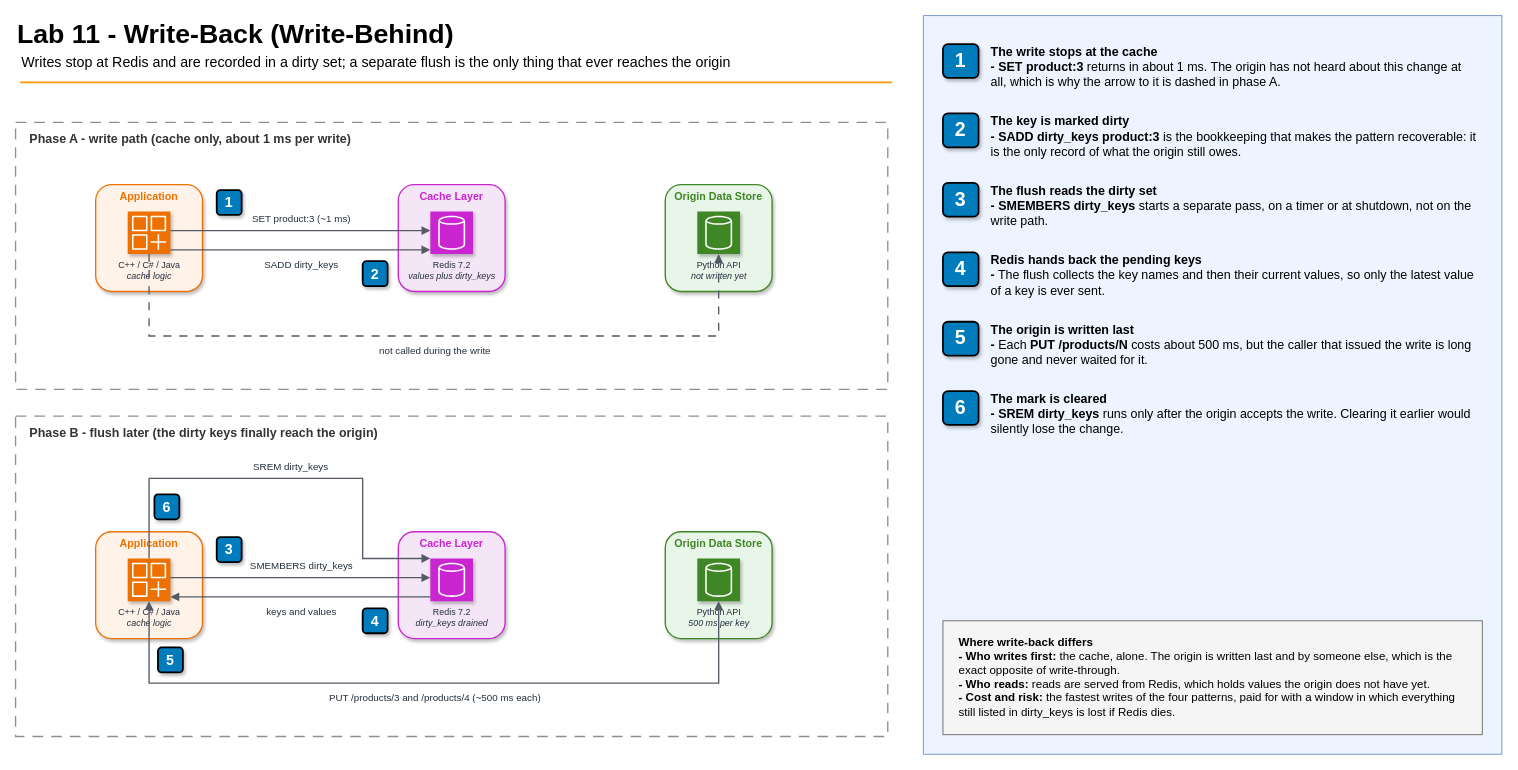
Above: 11-caching/diagrams/lab11-write-back.drawio in gamaware/system-design-course (draw.io), before the change. Source tidied: cells renumbered, new cells numbered last; positions are measured from the earlier drawing's top-left corner, leaving out a move shared by most shapes. Both pictures are drawn from the tidied source at 89%, with x=0, y=0 at pixel (15, 15). Pictures stored in the file or linked from it are replaced by grey dashed boxes.
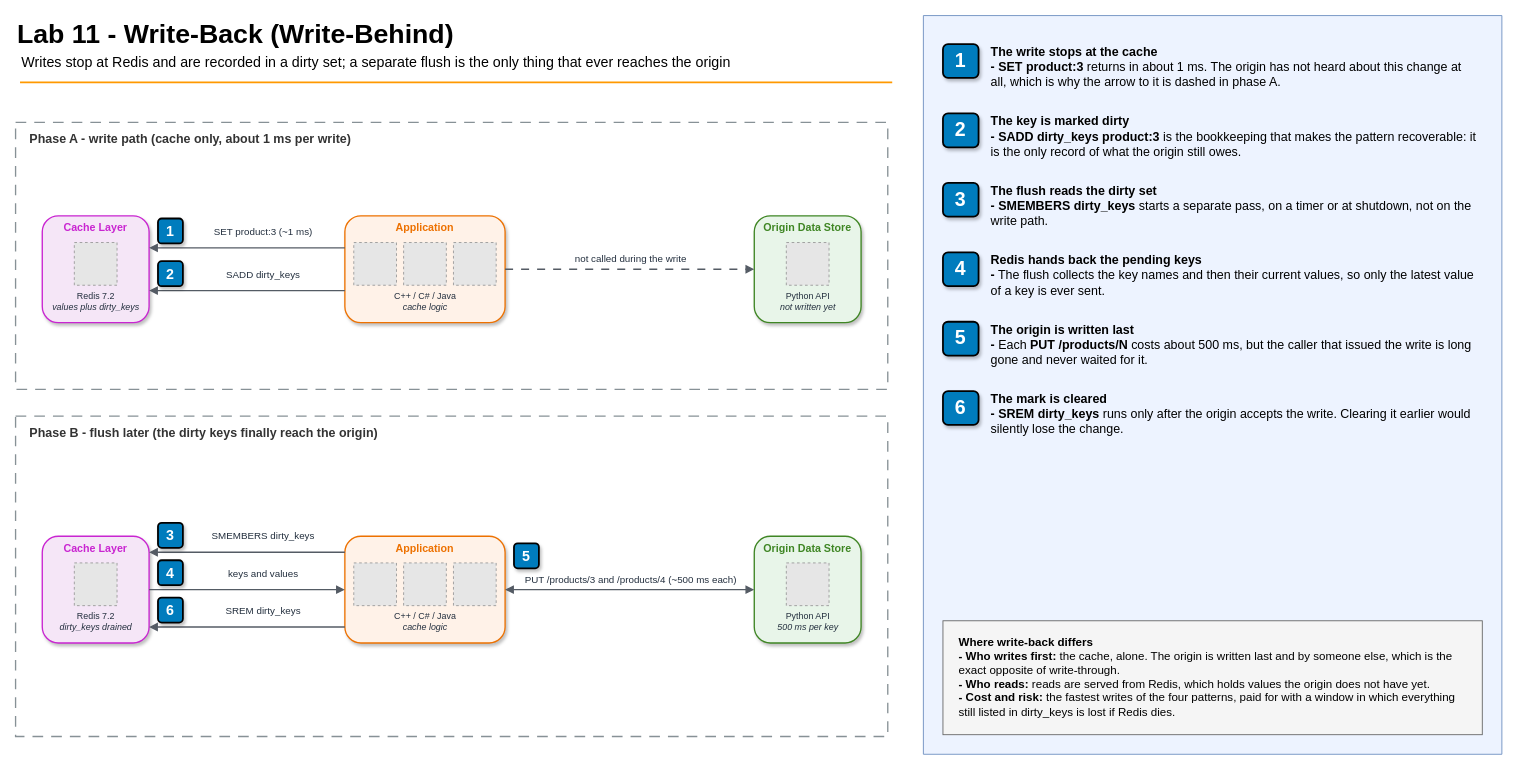
Above is the later version.

What changed in the source:
```diff
@@
     <mxCell id="7" value="Application" style="rounded=1;html=1;whiteSpace=wrap;fillColor=#FFF2E8;strokeColor=#ED7100;verticalAlign=top;align=center;fontStyle=1;fontSize=12;fontColor=#ED7100;shadow=1;strokeWidth=1.5;fontFamily=Helvetica;" parent="1" vertex="1">
-      <mxGeometry x="90" y="190" width="120" height="120" as="geometry" />
+      <mxGeometry x="370" y="225" width="180" height="120" as="geometry" />
     </mxCell>
-    <mxCell id="8" value="C++ / C# / Java&lt;div&gt;&lt;i&gt;cache logic&lt;/i&gt;&lt;/div&gt;" style="sketch=0;points=[[0,0,0],[0.25,0,0],[0.5,0,0],[0.75,0,0],[1,0,0],[0,1,0],[0.25,1,0],[0.5,1,0],[0.75,1,0],[1,1,0],[0,0.25,0],[0,0.5,0],[0,0.75,0],[1,0.25,0],[1,0.5,0],[1,0.75,0]];outlineConnect=0;fontColor=#232F3E;fillColor=#ED7100;strokeColor=#ffffff;dashed=0;verticalLabelPosition=bottom;verticalAlign=top;align=center;html=1;fontSize=10;fontStyle=0;shape=mxgraph.aws4.resourceIcon;resIcon=mxgraph.aws4.generic_application;shadow=1;fontFamily=Helvetica;" parent="7" vertex="1">
-      <mxGeometry x="36" y="30" width="48" height="48" as="geometry" />
+    <mxCell id="8" value="C++ / C# / Java&lt;div&gt;&lt;i&gt;cache logic&lt;/i&gt;&lt;/div&gt;" style="fillColor=#E6E6E6;strokeColor=#999999;dashed=1;verticalLabelPosition=bottom;verticalAlign=top;align=center;html=1;labelBackgroundColor=none;fontSize=10;fontColor=#232F3E;fontFamily=Helvetica;" parent="7" vertex="1">
+      <mxGeometry x="66" y="30" width="48" height="48" as="geometry" />
     </mxCell>
+    <mxCell id="55" style="fillColor=#E6E6E6;strokeColor=#999999;dashed=1;verticalLabelPosition=bottom;verticalAlign=top;align=center;html=1;labelBackgroundColor=none;fontSize=10;fontColor=#232F3E;fontFamily=Helvetica;" parent="7" vertex="1">
+      <mxGeometry x="122" y="30" width="48" height="48" as="geometry" />
+    </mxCell>
+    <mxCell id="56" style="fillColor=#E6E6E6;strokeColor=#999999;dashed=1;verticalLabelPosition=bottom;verticalAlign=top;align=center;html=1;labelBackgroundColor=none;fontSize=10;fontColor=#232F3E;fontFamily=Helvetica;" parent="7" vertex="1">
+      <mxGeometry x="10" y="30" width="48" height="48" as="geometry" />
+    </mxCell>
     <mxCell id="9" value="Cache Layer" style="rounded=1;html=1;whiteSpace=wrap;fillColor=#F5E6F7;strokeColor=#C925D1;verticalAlign=top;align=center;fontStyle=1;fontSize=12;fontColor=#C925D1;shadow=1;strokeWidth=1.5;fontFamily=Helvetica;" parent="1" vertex="1">
-      <mxGeometry x="430" y="190" width="120" height="120" as="geometry" />
+      <mxGeometry x="30" y="225" width="120" height="120" as="geometry" />
     </mxCell>
-    <mxCell id="10" value="Redis 7.2&lt;div&gt;&lt;i&gt;values plus dirty_keys&lt;/i&gt;&lt;/div&gt;" style="sketch=0;points=[[0,0,0],[0.25,0,0],[0.5,0,0],[0.75,0,0],[1,0,0],[0,1,0],[0.25,1,0],[0.5,1,0],[0.75,1,0],[1,1,0],[0,0.25,0],[0,0.5,0],[0,0.75,0],[1,0.25,0],[1,0.5,0],[1,0.75,0]];outlineConnect=0;fontColor=#232F3E;fillColor=#C925D1;strokeColor=#ffffff;dashed=0;verticalLabelPosition=bottom;verticalAlign=top;align=center;html=1;fontSize=10;fontStyle=0;shape=mxgraph.aws4.resourceIcon;resIcon=mxgraph.aws4.generic_database;shadow=1;fontFamily=Helvetica;" parent="9" vertex="1">
+    <mxCell id="10" value="Redis 7.2&lt;div&gt;&lt;i&gt;values plus dirty_keys&lt;/i&gt;&lt;/div&gt;" style="fillColor=#E6E6E6;strokeColor=#999999;dashed=1;verticalLabelPosition=bottom;verticalAlign=top;align=center;html=1;labelBackgroundColor=none;fontSize=10;fontColor=#232F3E;fontFamily=Helvetica;" parent="9" vertex="1">
       <mxGeometry x="36" y="30" width="48" height="48" as="geometry" />
     </mxCell>
     <mxCell id="11" value="Origin Data Store" style="rounded=1;html=1;whiteSpace=wrap;fillColor=#E8F5E9;strokeColor=#3F8624;verticalAlign=top;align=center;fontStyle=1;fontSize=12;fontColor=#3F8624;shadow=1;strokeWidth=1.5;fontFamily=Helvetica;" parent="1" vertex="1">
-      <mxGeometry x="730" y="190" width="120" height="120" as="geometry" />
+      <mxGeometry x="830" y="225" width="120" height="120" as="geometry" />
     </mxCell>
-    <mxCell id="12" value="Python API&lt;div&gt;&lt;i&gt;not written yet&lt;/i&gt;&lt;/div&gt;" style="sketch=0;points=[[0,0,0],[0.25,0,0],[0.5,0,0],[0.75,0,0],[1,0,0],[0,1,0],[0.25,1,0],[0.5,1,0],[0.75,1,0],[1,1,0],[0,0.25,0],[0,0.5,0],[0,0.75,0],[1,0.25,0],[1,0.5,0],[1,0.75,0]];outlineConnect=0;fontColor=#232F3E;fillColor=#3F8624;strokeColor=#ffffff;dashed=0;verticalLabelPosition=bottom;verticalAlign=top;align=center;html=1;fontSize=10;fontStyle=0;shape=mxgraph.aws4.resourceIcon;resIcon=mxgraph.aws4.generic_database;shadow=1;fontFamily=Helvetica;" parent="11" vertex="1">
+    <mxCell id="12" value="Python API&lt;div&gt;&lt;i&gt;not written yet&lt;/i&gt;&lt;/div&gt;" style="fillColor=#E6E6E6;strokeColor=#999999;dashed=1;verticalLabelPosition=bottom;verticalAlign=top;align=center;html=1;labelBackgroundColor=none;fontSize=10;fontColor=#232F3E;fontFamily=Helvetica;" parent="11" vertex="1">
       <mxGeometry x="36" y="30" width="48" height="48" as="geometry" />
     </mxCell>
-    <mxCell id="13" style="edgeStyle=orthogonalEdgeStyle;html=1;rounded=0;jettySize=auto;elbow=vertical;endArrow=block;endFill=1;strokeColor=#545B64;strokeWidth=1.5;fontFamily=Helvetica;exitX=1;exitY=0.45;exitDx=0;exitDy=0;entryX=0;entryY=0.45;entryDx=0;entryDy=0;startArrow=none;" parent="1" edge="1" source="8" target="10">
+    <mxCell id="13" style="edgeStyle=orthogonalEdgeStyle;rounded=0;jettySize=auto;html=1;strokeColor=#545B64;strokeWidth=1.5;endArrow=block;endFill=1;fontFamily=Helvetica;fontSize=11;jumpStyle=arc;jumpSize=10;labelBackgroundColor=default;exitX=0;exitY=0.3;exitDx=0;exitDy=0;entryX=1;entryY=0.3;entryDx=0;entryDy=0;startArrow=none;" parent="1" edge="1" source="7" target="9">
       <mxGeometry relative="1" as="geometry" />
     </mxCell>
-    <mxCell id="14" value="SET product:3  (~1 ms)" style="edgeLabel;html=1;align=center;verticalAlign=middle;labelBackgroundColor=none;fontSize=11;fontColor=light-dark(#232F3E,#F5F5F5);fontFamily=Helvetica;" parent="13" vertex="1">
+    <mxCell id="14" value="SET product:3  (~1 ms)" style="edgeLabel;html=1;align=center;verticalAlign=middle;labelBackgroundColor=default;fontSize=11;fontColor=light-dark(#232F3E,#F5F5F5);fontFamily=Helvetica;" parent="13" vertex="1">
       <mxGeometry relative="1" as="geometry">
-        <mxPoint y="-14" as="offset" />
+        <mxPoint x="17" y="-19" as="offset" />
       </mxGeometry>
     </mxCell>
-    <mxCell id="15" style="edgeStyle=orthogonalEdgeStyle;html=1;rounded=0;jettySize=auto;elbow=vertical;endArrow=block;endFill=1;strokeColor=#545B64;strokeWidth=1.5;fontFamily=Helvetica;exitX=1;exitY=0.9;exitDx=0;exitDy=0;entryX=0;entryY=0.9;entryDx=0;entryDy=0;startArrow=none;" parent="1" edge="1" source="8" target="10">
+    <mxCell id="15" style="edgeStyle=orthogonalEdgeStyle;rounded=0;jettySize=auto;html=1;strokeColor=#545B64;strokeWidth=1.5;endArrow=block;endFill=1;fontFamily=Helvetica;fontSize=11;jumpStyle=arc;jumpSize=10;labelBackgroundColor=default;exitX=0;exitY=0.7;exitDx=0;exitDy=0;entryX=1;entryY=0.7;entryDx=0;entryDy=0;startArrow=none;" parent="1" edge="1" source="7" target="9">
       <mxGeometry relative="1" as="geometry" />
     </mxCell>
-    <mxCell id="16" value="SADD dirty_keys" style="edgeLabel;html=1;align=center;verticalAlign=middle;labelBackgroundColor=none;fontSize=11;fontColor=light-dark(#232F3E,#F5F5F5);fontFamily=Helvetica;" parent="15" vertex="1">
+    <mxCell id="16" value="SADD dirty_keys" style="edgeLabel;html=1;align=center;verticalAlign=middle;labelBackgroundColor=default;fontSize=11;fontColor=light-dark(#232F3E,#F5F5F5);fontFamily=Helvetica;" parent="15" vertex="1">
       <mxGeometry relative="1" as="geometry">
-        <mxPoint y="16" as="offset" />
+        <mxPoint x="17" y="-19" as="offset" />
       </mxGeometry>
     </mxCell>
-    <mxCell id="17" style="edgeStyle=orthogonalEdgeStyle;html=1;rounded=0;jettySize=auto;elbow=vertical;endArrow=block;endFill=1;strokeColor=#545B64;strokeWidth=1.5;fontFamily=Helvetica;exitX=0.5;exitY=1;exitDx=0;exitDy=0;entryX=0.5;entryY=1;entryDx=0;entryDy=0;startArrow=none;dashed=1;dashPattern=6 6;" parent="1" edge="1" source="8" target="12">
-      <mxGeometry relative="1" as="geometry">
-        <Array as="points">
-          <mxPoint x="150" y="360" />
-          <mxPoint x="790" y="360" />
-        </Array>
-      </mxGeometry>
+    <mxCell id="17" style="edgeStyle=orthogonalEdgeStyle;rounded=0;jettySize=auto;html=1;strokeColor=#545B64;strokeWidth=1.5;endArrow=block;endFill=1;fontFamily=Helvetica;fontSize=11;jumpStyle=arc;jumpSize=10;labelBackgroundColor=default;exitX=1;exitY=0.5;exitDx=0;exitDy=0;entryX=0;entryY=0.5;entryDx=0;entryDy=0;startArrow=none;dashed=1;dashPattern=6 6;" parent="1" edge="1" source="7" target="11">
+      <mxGeometry relative="1" as="geometry" />
     </mxCell>
-    <mxCell id="18" value="not called during the write" style="edgeLabel;html=1;align=center;verticalAlign=middle;labelBackgroundColor=none;fontSize=11;fontColor=light-dark(#232F3E,#F5F5F5);fontFamily=Helvetica;" parent="17" vertex="1">
+    <mxCell id="18" value="not called during the write" style="edgeLabel;html=1;align=center;verticalAlign=middle;labelBackgroundColor=default;fontSize=11;fontColor=light-dark(#232F3E,#F5F5F5);fontFamily=Helvetica;" parent="17" vertex="1">
       <mxGeometry relative="1" as="geometry">
-        <mxPoint y="16" as="offset" />
+        <mxPoint y="-13" as="offset" />
       </mxGeometry>
     </mxCell>
     <mxCell id="19" value="1" style="rounded=1;whiteSpace=wrap;html=1;fillColor=#007CBD;strokeColor=default;fontColor=#FFFFFF;fontStyle=1;fontSize=16;shadow=1;glass=0;strokeWidth=2;align=center;verticalAlign=middle;labelBackgroundColor=none;fontFamily=Helvetica;" parent="1" vertex="1">
-      <mxGeometry x="226" y="196" width="28" height="28" as="geometry" />
+      <mxGeometry x="160" y="228" width="28" height="28" as="geometry" />
     </mxCell>
     <mxCell id="20" value="2" style="rounded=1;whiteSpace=wrap;html=1;fillColor=#007CBD;strokeColor=default;fontColor=#FFFFFF;fontStyle=1;fontSize=16;shadow=1;glass=0;strokeWidth=2;align=center;verticalAlign=middle;labelBackgroundColor=none;fontFamily=Helvetica;" parent="1" vertex="1">
-      <mxGeometry x="390" y="276" width="28" height="28" as="geometry" />
+      <mxGeometry x="160" y="276" width="28" height="28" as="geometry" />
     </mxCell>
@@
     <mxCell id="22" value="Application" style="rounded=1;html=1;whiteSpace=wrap;fillColor=#FFF2E8;strokeColor=#ED7100;verticalAlign=top;align=center;fontStyle=1;fontSize=12;fontColor=#ED7100;shadow=1;strokeWidth=1.5;fontFamily=Helvetica;" parent="1" vertex="1">
-      <mxGeometry x="90" y="580" width="120" height="120" as="geometry" />
+      <mxGeometry x="370" y="585" width="180" height="120" as="geometry" />
     </mxCell>
-    <mxCell id="23" value="C++ / C# / Java&lt;div&gt;&lt;i&gt;cache logic&lt;/i&gt;&lt;/div&gt;" style="sketch=0;points=[[0,0,0],[0.25,0,0],[0.5,0,0],[0.75,0,0],[1,0,0],[0,1,0],[0.25,1,0],[0.5,1,0],[0.75,1,0],[1,1,0],[0,0.25,0],[0,0.5,0],[0,0.75,0],[1,0.25,0],[1,0.5,0],[1,0.75,0]];outlineConnect=0;fontColor=#232F3E;fillColor=#ED7100;strokeColor=#ffffff;dashed=0;verticalLabelPosition=bottom;verticalAlign=top;align=center;html=1;fontSize=10;fontStyle=0;shape=mxgraph.aws4.resourceIcon;resIcon=mxgraph.aws4.generic_application;shadow=1;fontFamily=Helvetica;" parent="22" vertex="1">
-      <mxGeometry x="36" y="30" width="48" height="48" as="geometry" />
+    <mxCell id="23" value="C++ / C# / Java&lt;div&gt;&lt;i&gt;cache logic&lt;/i&gt;&lt;/div&gt;" style="fillColor=#E6E6E6;strokeColor=#999999;dashed=1;verticalLabelPosition=bottom;verticalAlign=top;align=center;html=1;labelBackgroundColor=none;fontSize=10;fontColor=#232F3E;fontFamily=Helvetica;" parent="22" vertex="1">
+      <mxGeometry x="66" y="30" width="48" height="48" as="geometry" />
     </mxCell>
+    <mxCell id="57" style="fillColor=#E6E6E6;strokeColor=#999999;dashed=1;verticalLabelPosition=bottom;verticalAlign=top;align=center;html=1;labelBackgroundColor=none;fontSize=10;fontColor=#232F3E;fontFamily=Helvetica;" parent="22" vertex="1">
+      <mxGeometry x="122" y="30" width="48" height="48" as="geometry" />
+    </mxCell>
+    <mxCell id="58" style="fillColor=#E6E6E6;strokeColor=#999999;dashed=1;verticalLabelPosition=bottom;verticalAlign=top;align=center;html=1;labelBackgroundColor=none;fontSize=10;fontColor=#232F3E;fontFamily=Helvetica;" parent="22" vertex="1">
+      <mxGeometry x="10" y="30" width="48" height="48" as="geometry" />
+    </mxCell>
     <mxCell id="24" value="Cache Layer" style="rounded=1;html=1;whiteSpace=wrap;fillColor=#F5E6F7;strokeColor=#C925D1;verticalAlign=top;align=center;fontStyle=1;fontSize=12;fontColor=#C925D1;shadow=1;strokeWidth=1.5;fontFamily=Helvetica;" parent="1" vertex="1">
-      <mxGeometry x="430" y="580" width="120" height="120" as="geometry" />
+      <mxGeometry x="30" y="585" width="120" height="120" as="geometry" />
     </mxCell>
-    <mxCell id="25" value="Redis 7.2&lt;div&gt;&lt;i&gt;dirty_keys drained&lt;/i&gt;&lt;/div&gt;" style="sketch=0;points=[[0,0,0],[0.25,0,0],[0.5,0,0],[0.75,0,0],[1,0,0],[0,1,0],[0.25,1,0],[0.5,1,0],[0.75,1,0],[1,1,0],[0,0.25,0],[0,0.5,0],[0,0.75,0],[1,0.25,0],[1,0.5,0],[1,0.75,0]];outlineConnect=0;fontColor=#232F3E;fillColor=#C925D1;strokeColor=#ffffff;dashed=0;verticalLabelPosition=bottom;verticalAlign=top;align=center;html=1;fontSize=10;fontStyle=0;shape=mxgraph.aws4.resourceIcon;resIcon=mxgraph.aws4.generic_database;shadow=1;fontFamily=Helvetica;" parent="24" vertex="1">
+    <mxCell id="25" value="Redis 7.2&lt;div&gt;&lt;i&gt;dirty_keys drained&lt;/i&gt;&lt;/div&gt;" style="fillColor=#E6E6E6;strokeColor=#999999;dashed=1;verticalLabelPosition=bottom;verticalAlign=top;align=center;html=1;labelBackgroundColor=none;fontSize=10;fontColor=#232F3E;fontFamily=Helvetica;" parent="24" vertex="1">
       <mxGeometry x="36" y="30" width="48" height="48" as="geometry" />
     </mxCell>
     <mxCell id="26" value="Origin Data Store" style="rounded=1;html=1;whiteSpace=wrap;fillColor=#E8F5E9;strokeColor=#3F8624;verticalAlign=top;align=center;fontStyle=1;fontSize=12;fontColor=#3F8624;shadow=1;strokeWidth=1.5;fontFamily=Helvetica;" parent="1" vertex="1">
-      <mxGeometry x="730" y="580" width="120" height="120" as="geometry" />
+      <mxGeometry x="830" y="585" width="120" height="120" as="geometry" />
     </mxCell>
-    <mxCell id="27" value="Python API&lt;div&gt;&lt;i&gt;500 ms per key&lt;/i&gt;&lt;/div&gt;" style="sketch=0;points=[[0,0,0],[0.25,0,0],[0.5,0,0],[0.75,0,0],[1,0,0],[0,1,0],[0.25,1,0],[0.5,1,0],[0.75,1,0],[1,1,0],[0,0.25,0],[0,0.5,0],[0,0.75,0],[1,0.25,0],[1,0.5,0],[1,0.75,0]];outlineConnect=0;fontColor=#232F3E;fillColor=#3F8624;strokeColor=#ffffff;dashed=0;verticalLabelPosition=bottom;verticalAlign=top;align=center;html=1;fontSize=10;fontStyle=0;shape=mxgraph.aws4.resourceIcon;resIcon=mxgraph.aws4.generic_database;shadow=1;fontFamily=Helvetica;" parent="26" vertex="1">
+    <mxCell id="27" value="Python API&lt;div&gt;&lt;i&gt;500 ms per key&lt;/i&gt;&lt;/div&gt;" style="fillColor=#E6E6E6;strokeColor=#999999;dashed=1;verticalLabelPosition=bottom;verticalAlign=top;align=center;html=1;labelBackgroundColor=none;fontSize=10;fontColor=#232F3E;fontFamily=Helvetica;" parent="26" vertex="1">
       <mxGeometry x="36" y="30" width="48" height="48" as="geometry" />
     </mxCell>
-    <mxCell id="28" style="edgeStyle=orthogonalEdgeStyle;html=1;rounded=0;jettySize=auto;elbow=vertical;endArrow=block;endFill=1;strokeColor=#545B64;strokeWidth=1.5;fontFamily=Helvetica;exitX=1;exitY=0.45;exitDx=0;exitDy=0;entryX=0;entryY=0.45;entryDx=0;entryDy=0;startArrow=none;" parent="1" edge="1" source="23" target="25">
+    <mxCell id="28" style="edgeStyle=orthogonalEdgeStyle;rounded=0;jettySize=auto;html=1;strokeColor=#545B64;strokeWidth=1.5;endArrow=block;endFill=1;fontFamily=Helvetica;fontSize=11;jumpStyle=arc;jumpSize=10;labelBackgroundColor=default;exitX=0;exitY=0.15;exitDx=0;exitDy=0;entryX=1;entryY=0.15;entryDx=0;entryDy=0;startArrow=none;" parent="1" edge="1" source="22" target="24">
       <mxGeometry relative="1" as="geometry" />
     </mxCell>
-    <mxCell id="29" value="SMEMBERS dirty_keys" style="edgeLabel;html=1;align=center;verticalAlign=middle;labelBackgroundColor=none;fontSize=11;fontColor=light-dark(#232F3E,#F5F5F5);fontFamily=Helvetica;" parent="28" vertex="1">
+    <mxCell id="29" value="SMEMBERS dirty_keys" style="edgeLabel;html=1;align=center;verticalAlign=middle;labelBackgroundColor=default;fontSize=11;fontColor=light-dark(#232F3E,#F5F5F5);fontFamily=Helvetica;" parent="28" vertex="1">
       <mxGeometry relative="1" as="geometry">
-        <mxPoint y="-14" as="offset" />
+        <mxPoint x="17" y="-19" as="offset" />
       </mxGeometry>
     </mxCell>
-    <mxCell id="30" style="edgeStyle=orthogonalEdgeStyle;html=1;rounded=0;jettySize=auto;elbow=vertical;endArrow=block;endFill=1;strokeColor=#545B64;strokeWidth=1.5;fontFamily=Helvetica;exitX=0;exitY=0.9;exitDx=0;exitDy=0;entryX=1;entryY=0.9;entryDx=0;entryDy=0;startArrow=none;" parent="1" edge="1" source="25" target="23">
+    <mxCell id="30" style="edgeStyle=orthogonalEdgeStyle;rounded=0;jettySize=auto;html=1;strokeColor=#545B64;strokeWidth=1.5;endArrow=block;endFill=1;fontFamily=Helvetica;fontSize=11;jumpStyle=arc;jumpSize=10;labelBackgroundColor=default;exitX=1;exitY=0.5;exitDx=0;exitDy=0;entryX=0;entryY=0.5;entryDx=0;entryDy=0;startArrow=none;" parent="1" edge="1" source="24" target="22">
       <mxGeometry relative="1" as="geometry" />
     </mxCell>
-    <mxCell id="31" value="keys and values" style="edgeLabel;html=1;align=center;verticalAlign=middle;labelBackgroundColor=none;fontSize=11;fontColor=light-dark(#232F3E,#F5F5F5);fontFamily=Helvetica;" parent="30" vertex="1">
+    <mxCell id="31" value="keys and values" style="edgeLabel;html=1;align=center;verticalAlign=middle;labelBackgroundColor=default;fontSize=11;fontColor=light-dark(#232F3E,#F5F5F5);fontFamily=Helvetica;" parent="30" vertex="1">
       <mxGeometry relative="1" as="geometry">
-        <mxPoint y="16" as="offset" />
+        <mxPoint x="17" y="-19" as="offset" />
       </mxGeometry>
     </mxCell>
-    <mxCell id="32" style="edgeStyle=orthogonalEdgeStyle;html=1;rounded=0;jettySize=auto;elbow=vertical;endArrow=block;endFill=1;strokeColor=#545B64;strokeWidth=1.5;fontFamily=Helvetica;exitX=0.5;exitY=1;exitDx=0;exitDy=0;entryX=0.5;entryY=1;entryDx=0;entryDy=0;startArrow=block;startFill=1;" parent="1" edge="1" source="23" target="27">
-      <mxGeometry relative="1" as="geometry">
-        <Array as="points">
-          <mxPoint x="150" y="750" />
-          <mxPoint x="790" y="750" />
-        </Array>
-      </mxGeometry>
+    <mxCell id="32" style="edgeStyle=orthogonalEdgeStyle;rounded=0;jettySize=auto;html=1;strokeColor=#545B64;strokeWidth=1.5;endArrow=block;endFill=1;fontFamily=Helvetica;fontSize=11;jumpStyle=arc;jumpSize=10;labelBackgroundColor=default;exitX=1;exitY=0.5;exitDx=0;exitDy=0;entryX=0;entryY=0.5;entryDx=0;entryDy=0;startArrow=block;startFill=1;" parent="1" edge="1" source="22" target="26">
+      <mxGeometry relative="1" as="geometry" />
     </mxCell>
-    <mxCell id="33" value="PUT /products/3 and /products/4  (~500 ms each)" style="edgeLabel;html=1;align=center;verticalAlign=middle;labelBackgroundColor=none;fontSize=11;fontColor=light-dark(#232F3E,#F5F5F5);fontFamily=Helvetica;" parent="32" vertex="1">
+    <mxCell id="33" value="PUT /products/3 and /products/4  (~500 ms each)" style="edgeLabel;html=1;align=center;verticalAlign=middle;labelBackgroundColor=default;fontSize=11;fontColor=light-dark(#232F3E,#F5F5F5);fontFamily=Helvetica;" parent="32" vertex="1">
       <mxGeometry relative="1" as="geometry">
-        <mxPoint y="16" as="offset" />
+        <mxPoint y="-12" as="offset" />
       </mxGeometry>
     </mxCell>
-    <mxCell id="34" style="edgeStyle=orthogonalEdgeStyle;html=1;rounded=0;jettySize=auto;elbow=vertical;endArrow=block;endFill=1;strokeColor=#545B64;strokeWidth=1.5;fontFamily=Helvetica;exitX=0.5;exitY=0;exitDx=0;exitDy=0;entryX=0;entryY=0;entryDx=0;entryDy=0;startArrow=none;" parent="1" edge="1" source="23" target="25">
-      <mxGeometry relative="1" as="geometry">
-        <Array as="points">
-          <mxPoint x="150" y="520" />
-          <mxPoint x="390" y="520" />
-          <mxPoint x="390" y="610" />
-        </Array>
-      </mxGeometry>
+    <mxCell id="34" style="edgeStyle=orthogonalEdgeStyle;rounded=0;jettySize=auto;html=1;strokeColor=#545B64;strokeWidth=1.5;endArrow=block;endFill=1;fontFamily=Helvetica;fontSize=11;jumpStyle=arc;jumpSize=10;labelBackgroundColor=default;exitX=0;exitY=0.85;exitDx=0;exitDy=0;entryX=1;entryY=0.85;entryDx=0;entryDy=0;startArrow=none;" parent="1" edge="1" source="22" target="24">
+      <mxGeometry relative="1" as="geometry" />
     </mxCell>
-    <mxCell id="35" value="SREM dirty_keys" style="edgeLabel;html=1;align=center;verticalAlign=middle;labelBackgroundColor=none;fontSize=11;fontColor=light-dark(#232F3E,#F5F5F5);fontFamily=Helvetica;" parent="34" vertex="1">
+    <mxCell id="35" value="SREM dirty_keys" style="edgeLabel;html=1;align=center;verticalAlign=middle;labelBackgroundColor=default;fontSize=11;fontColor=light-dark(#232F3E,#F5F5F5);fontFamily=Helvetica;" parent="34" vertex="1">
       <mxGeometry relative="1" as="geometry">
-        <mxPoint y="-14" as="offset" />
+        <mxPoint x="17" y="-19" as="offset" />
       </mxGeometry>
     </mxCell>
     <mxCell id="36" value="3" style="rounded=1;whiteSpace=wrap;html=1;fillColor=#007CBD;strokeColor=default;fontColor=#FFFFFF;fontStyle=1;fontSize=16;shadow=1;glass=0;strokeWidth=2;align=center;verticalAlign=middle;labelBackgroundColor=none;fontFamily=Helvetica;" parent="1" vertex="1">
-      <mxGeometry x="226" y="586" width="28" height="28" as="geometry" />
+      <mxGeometry x="160" y="570" width="28" height="28" as="geometry" />
     </mxCell>
     <mxCell id="37" value="4" style="rounded=1;whiteSpace=wrap;html=1;fillColor=#007CBD;strokeColor=default;fontColor=#FFFFFF;fontStyle=1;fontSize=16;shadow=1;glass=0;strokeWidth=2;align=center;verticalAlign=middle;labelBackgroundColor=none;fontFamily=Helvetica;" parent="1" vertex="1">
-      <mxGeometry x="390" y="666" width="28" height="28" as="geometry" />
+      <mxGeometry x="160" y="612" width="28" height="28" as="geometry" />
     </mxCell>
     <mxCell id="38" value="5" style="rounded=1;whiteSpace=wrap;html=1;fillColor=#007CBD;strokeColor=default;fontColor=#FFFFFF;fontStyle=1;fontSize=16;shadow=1;glass=0;strokeWidth=2;align=center;verticalAlign=middle;labelBackgroundColor=none;fontFamily=Helvetica;" parent="1" vertex="1">
-      <mxGeometry x="160" y="710" width="28" height="28" as="geometry" />
+      <mxGeometry x="560" y="593" width="28" height="28" as="geometry" />
     </mxCell>
     <mxCell id="39" value="6" style="rounded=1;whiteSpace=wrap;html=1;fillColor=#007CBD;strokeColor=default;fontColor=#FFFFFF;fontStyle=1;fontSize=16;shadow=1;glass=0;strokeWidth=2;align=center;verticalAlign=middle;labelBackgroundColor=none;fontFamily=Helvetica;" parent="1" vertex="1">
-      <mxGeometry x="156" y="538" width="28" height="28" as="geometry" />
+      <mxGeometry x="160" y="654" width="28" height="28" as="geometry" />
     </mxCell>
```
